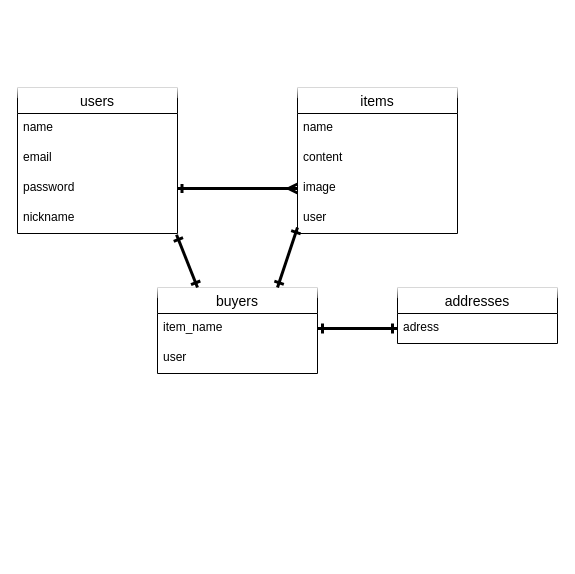
This is furima.dio from shota113/furima-39404, a draw.io file, before an edit. Source tidied: cells renumbered, new cells numbered last; positions are measured from the earlier drawing's top-left corner, leaving out a move shared by most shapes. Both pictures are drawn from the tidied source at 100%, with x=0, y=0 at pixel (17, 87).
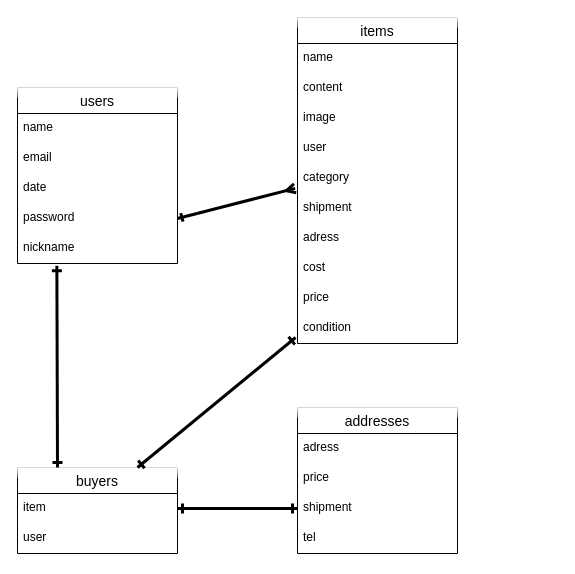
After the change.

Commit message (it also covers changes not shown here):
データベース設計(修正)

Unchanged cells that the change refers to:
```xml
<mxCell id="10" value="image" style="text;strokeColor=none;fillColor=none;spacingLeft=4;spacingRight=4;overflow=hidden;points=[[0,0.5],[1,0.5]];portConstraint=eastwest;fontSize=12;glass=1;" parent="7" vertex="1">
  <mxGeometry y="86" width="160" height="30" as="geometry" />
</mxCell>
<mxCell id="16" value="adress   &#10;" style="text;strokeColor=none;fillColor=none;spacingLeft=4;spacingRight=4;overflow=hidden;points=[[0,0.5],[1,0.5]];portConstraint=eastwest;fontSize=12;glass=1;" parent="15" vertex="1">
  <mxGeometry y="26" width="160" height="30" as="geometry" />
</mxCell>
```

Diff of the diagram source:
```diff
@@
     <mxCell id="2" value="users" style="swimlane;fontStyle=0;horizontal=1;startSize=26;align=center;fontSize=14;glass=1;labelBorderColor=none;swimlaneLine=1;fillColor=default;strokeColor=default;" parent="1" vertex="1">
-      <mxGeometry width="160" height="146" as="geometry" />
+      <mxGeometry width="160" height="176" as="geometry" />
     </mxCell>
@@
+    <mxCell id="21" value="date" style="text;strokeColor=none;fillColor=none;spacingLeft=4;spacingRight=4;overflow=hidden;fontSize=12;glass=1;labelBackgroundColor=none;labelBorderColor=none;" parent="2" vertex="1">
+      <mxGeometry y="86" width="160" height="30" as="geometry" />
+    </mxCell>
     <mxCell id="5" value="password" style="text;strokeColor=none;fillColor=none;spacingLeft=4;spacingRight=4;overflow=hidden;points=[[0,0.5],[1,0.5]];portConstraint=eastwest;fontSize=12;" parent="2" vertex="1">
-      <mxGeometry y="86" width="160" height="30" as="geometry" />
+      <mxGeometry y="116" width="160" height="30" as="geometry" />
     </mxCell>
     <mxCell id="6" value="nickname" style="text;strokeColor=none;fillColor=none;spacingLeft=4;spacingRight=4;overflow=hidden;points=[[0,0.5],[1,0.5]];portConstraint=eastwest;fontSize=12;glass=1;labelBackgroundColor=default;labelBorderColor=none;" parent="2" vertex="1">
-      <mxGeometry y="116" width="160" height="30" as="geometry" />
+      <mxGeometry y="146" width="160" height="30" as="geometry" />
     </mxCell>
     <mxCell id="7" value="items" style="swimlane;fontStyle=0;horizontal=1;startSize=26;align=center;fontSize=14;glass=1;" parent="1" vertex="1">
-      <mxGeometry x="280" width="160" height="146" as="geometry" />
+      <mxGeometry x="280" y="-70" width="160" height="326" as="geometry" />
     </mxCell>
@@
+    <mxCell id="22" value="category" style="text;strokeColor=none;fillColor=none;spacingLeft=4;spacingRight=4;overflow=hidden;points=[[0,0.5],[1,0.5]];portConstraint=eastwest;fontSize=12;glass=1;labelBackgroundColor=none;labelBorderColor=none;" parent="7" vertex="1">
+      <mxGeometry y="146" width="160" height="30" as="geometry" />
+    </mxCell>
+    <mxCell id="23" value="shipment" style="text;strokeColor=none;fillColor=none;spacingLeft=4;spacingRight=4;overflow=hidden;fontSize=12;glass=1;labelBackgroundColor=none;labelBorderColor=none;" parent="7" vertex="1">
+      <mxGeometry y="176" width="160" height="30" as="geometry" />
+    </mxCell>
+    <mxCell id="24" value="adress" style="text;strokeColor=none;fillColor=none;spacingLeft=4;spacingRight=4;overflow=hidden;fontSize=12;glass=1;labelBackgroundColor=none;labelBorderColor=none;" parent="7" vertex="1">
+      <mxGeometry y="206" width="160" height="30" as="geometry" />
+    </mxCell>
+    <mxCell id="25" value="cost" style="text;strokeColor=none;fillColor=none;spacingLeft=4;spacingRight=4;overflow=hidden;fontSize=12;glass=1;labelBackgroundColor=none;labelBorderColor=none;" parent="7" vertex="1">
+      <mxGeometry y="236" width="160" height="30" as="geometry" />
+    </mxCell>
+    <mxCell id="26" value="price" style="text;strokeColor=none;fillColor=none;spacingLeft=4;spacingRight=4;overflow=hidden;fontSize=12;glass=1;labelBackgroundColor=none;labelBorderColor=none;" parent="7" vertex="1">
+      <mxGeometry y="266" width="160" height="30" as="geometry" />
+    </mxCell>
+    <mxCell id="27" value="condition" style="text;strokeColor=none;fillColor=none;spacingLeft=4;spacingRight=4;overflow=hidden;points=[[0,0.5],[1,0.5]];portConstraint=eastwest;fontSize=12;glass=1;labelBackgroundColor=none;labelBorderColor=none;" parent="7" vertex="1">
+      <mxGeometry y="296" width="160" height="30" as="geometry" />
+    </mxCell>
     <mxCell id="12" value="buyers" style="swimlane;fontStyle=0;horizontal=1;startSize=26;align=center;fontSize=14;glass=1;labelBackgroundColor=none;labelBorderColor=none;" parent="1" vertex="1">
-      <mxGeometry x="140" y="200" width="160" height="86" as="geometry" />
+      <mxGeometry y="380" width="160" height="86" as="geometry" />
     </mxCell>
-    <mxCell id="13" value="item_name" style="text;strokeColor=none;fillColor=none;spacingLeft=4;spacingRight=4;overflow=hidden;points=[[0,0.5],[1,0.5]];portConstraint=eastwest;fontSize=12;glass=1;whiteSpace=wrap;" parent="12" vertex="1">
+    <mxCell id="13" value="item" style="text;strokeColor=none;fillColor=none;spacingLeft=4;spacingRight=4;overflow=hidden;points=[[0,0.5],[1,0.5]];portConstraint=eastwest;fontSize=12;glass=1;whiteSpace=wrap;" parent="12" vertex="1">
       <mxGeometry y="26" width="160" height="30" as="geometry" />
     </mxCell>
@@
     <mxCell id="15" value="addresses" style="swimlane;fontStyle=0;horizontal=1;startSize=26;align=center;fontSize=14;glass=1;" parent="1" vertex="1">
-      <mxGeometry x="380" y="200" width="160" height="56" as="geometry" />
+      <mxGeometry x="280" y="320" width="160" height="146" as="geometry" />
     </mxCell>
@@
+    <mxCell id="28" value="price" style="text;strokeColor=none;fillColor=none;spacingLeft=4;spacingRight=4;overflow=hidden;fontSize=12;glass=1;labelBackgroundColor=none;labelBorderColor=none;" parent="15" vertex="1">
+      <mxGeometry y="56" width="160" height="30" as="geometry" />
+    </mxCell>
+    <mxCell id="29" value="shipment" style="text;strokeColor=none;fillColor=none;spacingLeft=4;spacingRight=4;overflow=hidden;points=[[0,0.5],[1,0.5]];portConstraint=eastwest;fontSize=12;glass=1;labelBackgroundColor=none;labelBorderColor=none;" parent="15" vertex="1">
+      <mxGeometry y="86" width="160" height="30" as="geometry" />
+    </mxCell>
+    <mxCell id="30" value="tel" style="text;strokeColor=none;fillColor=none;spacingLeft=4;spacingRight=4;overflow=hidden;fontSize=12;glass=1;labelBackgroundColor=none;labelBorderColor=none;whiteSpace=wrap;" parent="15" vertex="1">
+      <mxGeometry y="116" width="160" height="30" as="geometry" />
+    </mxCell>
-    <mxCell id="17" style="edgeStyle=none;html=1;exitX=1;exitY=0.5;exitDx=0;exitDy=0;entryX=0;entryY=0.5;entryDx=0;entryDy=0;endArrow=ERmany;endFill=0;targetPerimeterSpacing=0;sourcePerimeterSpacing=0;startArrow=ERone;startFill=0;strokeWidth=3;endSize=5;startSize=5;" parent="1" edge="1" source="5" target="10">
+    <mxCell id="17" style="edgeStyle=none;html=1;exitX=1;exitY=0.5;exitDx=0;exitDy=0;entryX=-0.015;entryY=0.828;entryDx=0;entryDy=0;endArrow=ERmany;endFill=0;targetPerimeterSpacing=0;sourcePerimeterSpacing=0;startArrow=ERone;startFill=0;strokeWidth=3;endSize=5;startSize=5;entryPerimeter=0;" parent="1" edge="1" source="5" target="22">
       <mxGeometry relative="1" as="geometry" />
     </mxCell>
-    <mxCell id="18" style="edgeStyle=none;html=1;exitX=0.994;exitY=1.044;exitDx=0;exitDy=0;entryX=0.25;entryY=0;entryDx=0;entryDy=0;exitPerimeter=0;startArrow=ERone;startFill=0;endArrow=ERone;endFill=0;strokeWidth=3;" parent="1" edge="1" source="6" target="12">
+    <mxCell id="18" style="edgeStyle=none;html=1;exitX=0.246;exitY=1.078;exitDx=0;exitDy=0;entryX=0.25;entryY=0;entryDx=0;entryDy=0;exitPerimeter=0;startArrow=ERone;startFill=0;endArrow=ERone;endFill=0;strokeWidth=3;" parent="1" edge="1" source="6" target="12">
       <mxGeometry relative="1" as="geometry" />
     </mxCell>
-    <mxCell id="19" style="edgeStyle=none;html=1;entryX=0.75;entryY=0;entryDx=0;entryDy=0;startArrow=ERone;startFill=0;endArrow=ERone;endFill=0;strokeWidth=3;" parent="1" edge="1" target="12">
-      <mxGeometry relative="1" as="geometry">
-        <mxPoint x="280" y="140" as="sourcePoint" />
-      </mxGeometry>
+    <mxCell id="19" style="edgeStyle=none;html=1;entryX=0.75;entryY=0;entryDx=0;entryDy=0;startArrow=ERone;startFill=0;endArrow=ERone;endFill=0;strokeWidth=3;exitX=-0.012;exitY=0.8;exitDx=0;exitDy=0;exitPerimeter=0;" parent="1" edge="1" source="27" target="12">
+      <mxGeometry relative="1" as="geometry" />
     </mxCell>
-    <mxCell id="20" style="edgeStyle=none;html=1;exitX=1;exitY=0.5;exitDx=0;exitDy=0;entryX=0;entryY=0.5;entryDx=0;entryDy=0;startArrow=ERone;startFill=0;endArrow=ERone;endFill=0;strokeWidth=3;" parent="1" edge="1" source="13" target="16">
+    <mxCell id="20" style="edgeStyle=none;html=1;exitX=1;exitY=0.5;exitDx=0;exitDy=0;entryX=0;entryY=0.5;entryDx=0;entryDy=0;startArrow=ERone;startFill=0;endArrow=ERone;endFill=0;strokeWidth=3;" parent="1" edge="1" source="13" target="29">
       <mxGeometry relative="1" as="geometry" />
     </mxCell>
```
